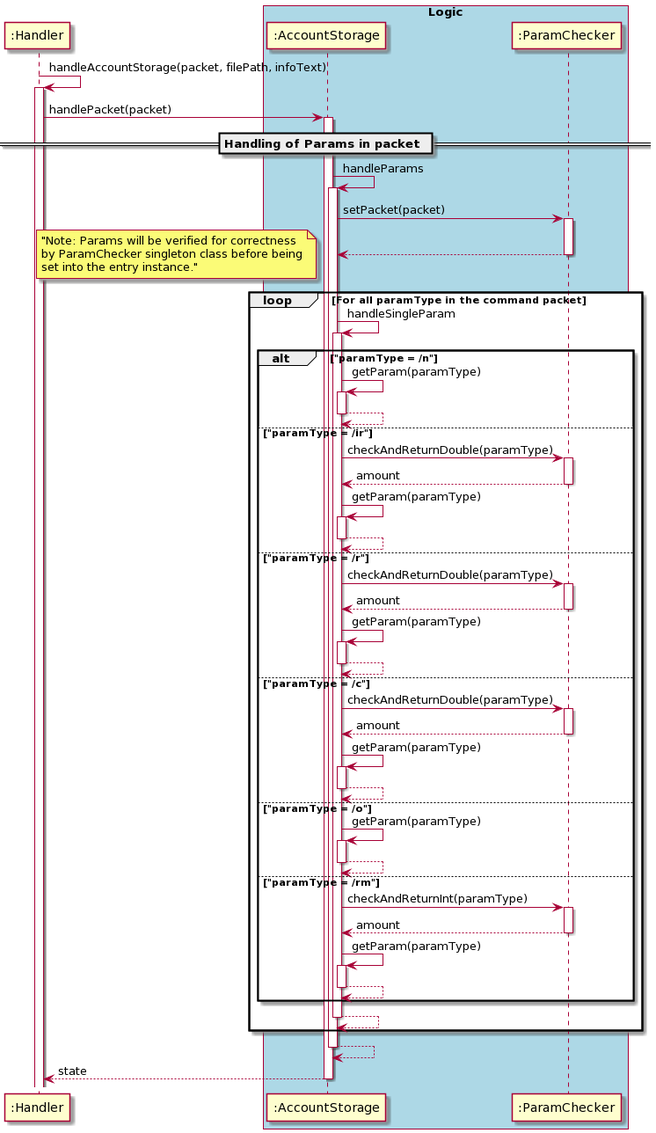
Earlier version of the PlantUML export docs/uml_images/financetools/AccountStorage/AccountStorageSequenceDiagram(1).png (nus-cs2113-AY2021S1/tp).
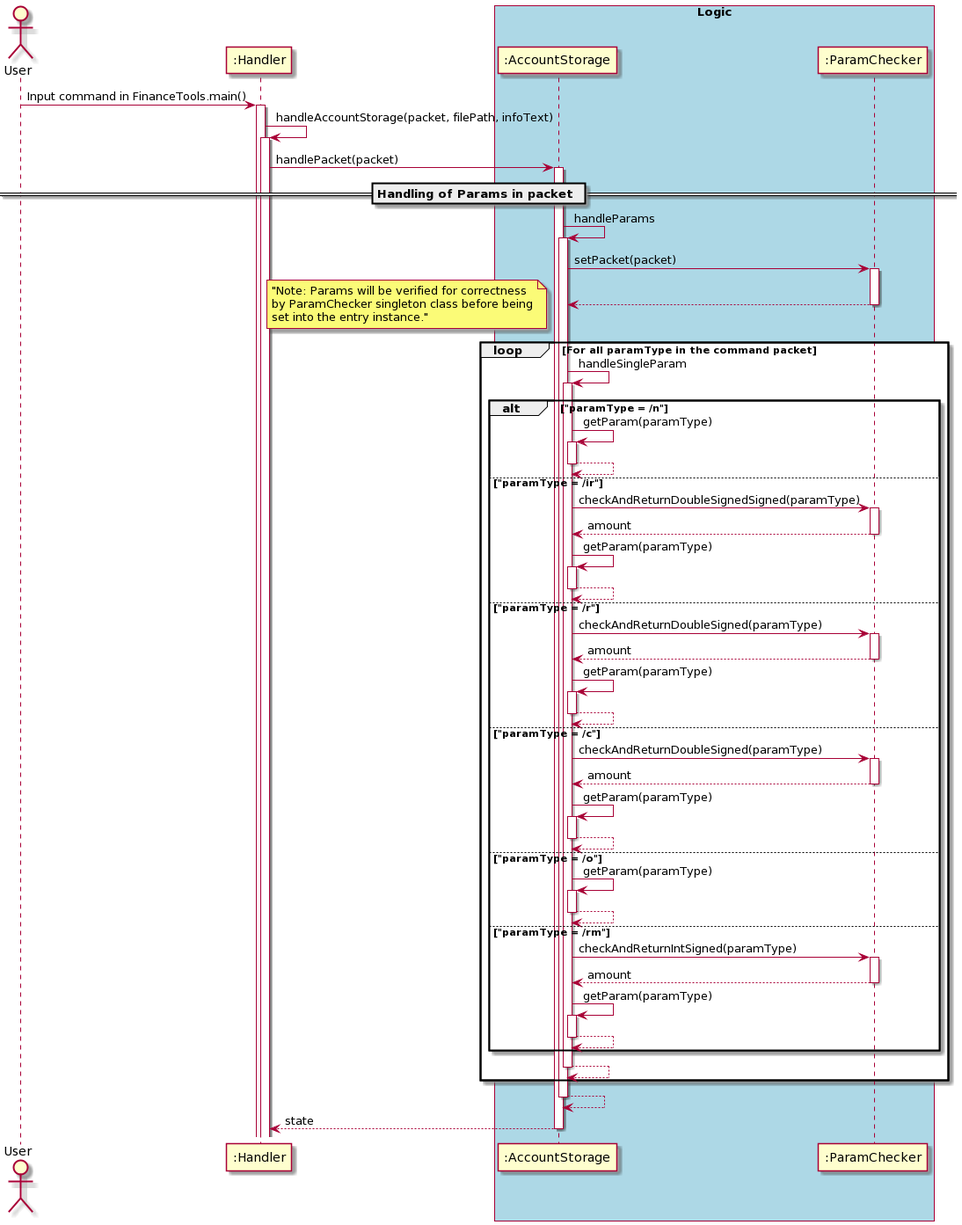
Later version of the same file.

What changed in the source:
```diff
@@ -1,6 +1,8 @@
 @startuml
 autoactivate on
+actor User
 
+"User" -> ":Handler": Input command in FinanceTools.main()
 ":Handler" ->":Handler": handleAccountStorage(packet, filePath, infoText)
 
    ":Handler"-> ":AccountStorage" : handlePacket(packet)
@@ -16,17 +18,17 @@
                         ":AccountStorage" -> ":AccountStorage" : getParam(paramType)
                         return
                     else "paramType = /ir"
-                        ":AccountStorage" ->":ParamChecker": checkAndReturnDouble(paramType)
+                        ":AccountStorage" ->":ParamChecker": checkAndReturnDoubleSignedSigned(paramType)
                         return amount
                         ":AccountStorage" -> ":AccountStorage" : getParam(paramType)
                         return
                     else "paramType = /r"
-                        ":AccountStorage" ->":ParamChecker": checkAndReturnDouble(paramType)
+                        ":AccountStorage" ->":ParamChecker": checkAndReturnDoubleSigned(paramType)
                         return amount
                         ":AccountStorage" -> ":AccountStorage" : getParam(paramType)
                         return
                     else "paramType = /c"
-                        ":AccountStorage" ->":ParamChecker": checkAndReturnDouble(paramType)
+                        ":AccountStorage" ->":ParamChecker": checkAndReturnDoubleSigned(paramType)
                         return amount
                         ":AccountStorage" -> ":AccountStorage" : getParam(paramType)
                         return
@@ -34,7 +36,7 @@
                         ":AccountStorage" -> ":AccountStorage" : getParam(paramType)
                         return
                     else "paramType = /rm"
-                        ":AccountStorage" ->":ParamChecker": checkAndReturnInt(paramType)
+                        ":AccountStorage" ->":ParamChecker": checkAndReturnIntSigned(paramType)
                         return amount
                         ":AccountStorage" -> ":AccountStorage" : getParam(paramType)
                         return
```
